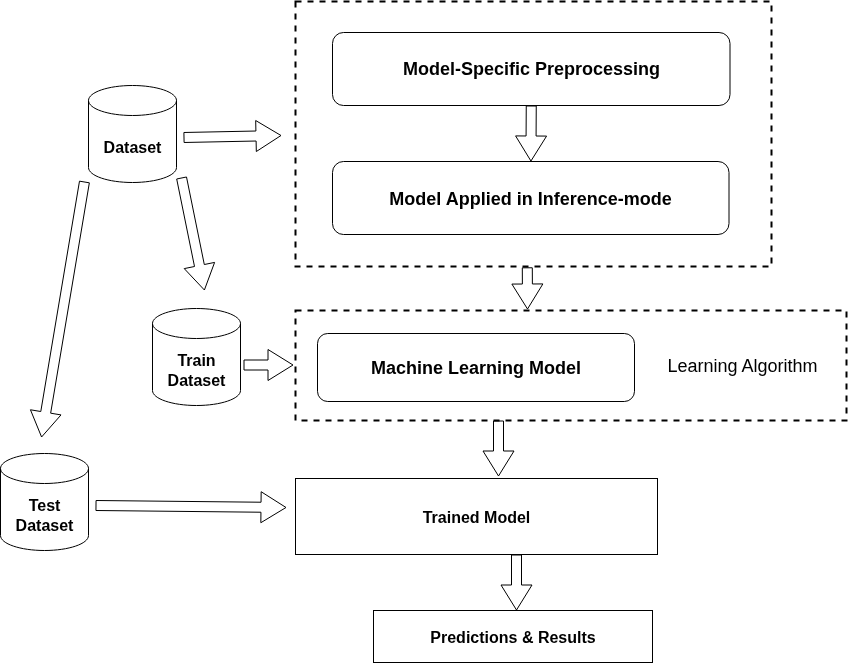
Above: files/DFS.drawio.png in abdelnour13/my_kaggle_notebooks (draw.io), before the change. Source tidied: cells renumbered, new cells last; positions are measured from the earlier drawing's top-left corner, leaving out a move shared by most shapes.
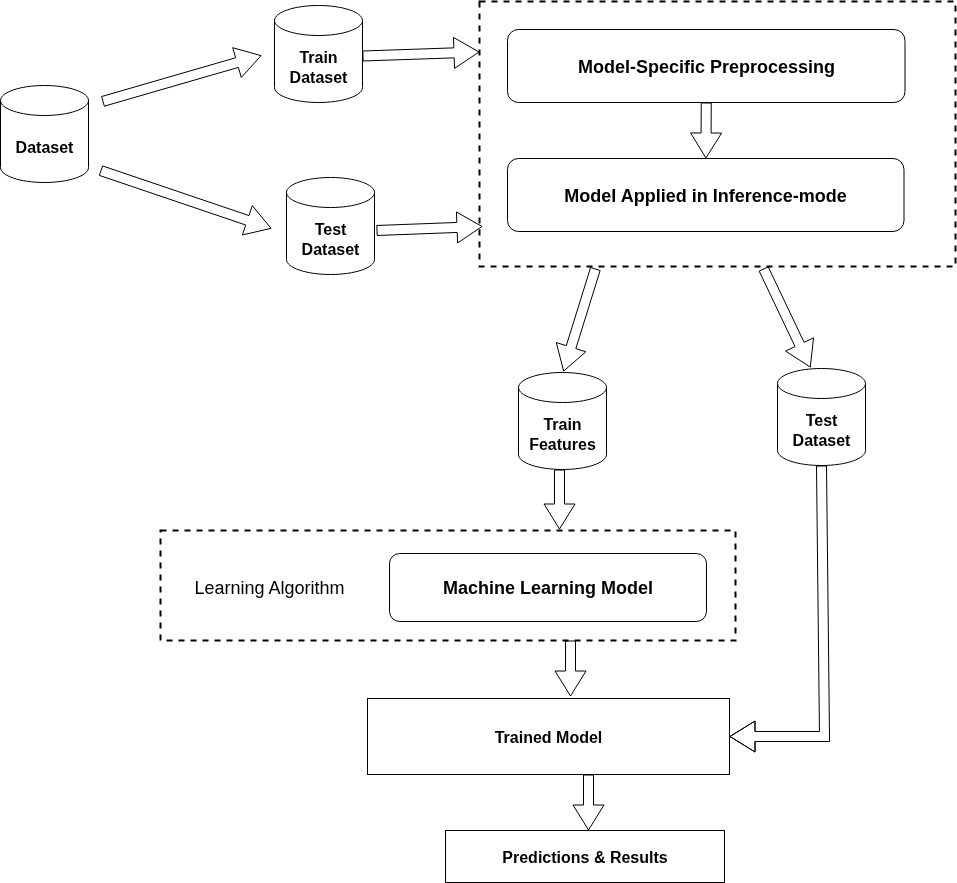
After the change.

What changed in the source:
```diff
@@ -3,90 +3,113 @@
     <mxCell id="0" />
     <mxCell id="1" parent="0" />
     <mxCell id="2" style="group;" parent="1" vertex="1">
-      <mxGeometry width="846" height="661" as="geometry" />
+      <mxGeometry width="955" height="881" as="geometry" />
     </mxCell>
     <mxCell id="3" value="&lt;b&gt;&lt;font style=&quot;font-size: 16px;&quot;&gt;Dataset&lt;/font&gt;&lt;/b&gt;" style="shape=cylinder3;whiteSpace=wrap;html=1;boundedLbl=1;backgroundOutline=1;size=15;" parent="2" vertex="1">
-      <mxGeometry x="88" y="84" width="88" height="97" as="geometry" />
+      <mxGeometry y="84" width="88" height="97" as="geometry" />
     </mxCell>
     <mxCell id="4" style="rounded=0;whiteSpace=wrap;html=1;strokeWidth=2;dashed=1;" parent="2" vertex="1">
-      <mxGeometry x="295" width="476" height="265" as="geometry" />
+      <mxGeometry x="160" y="529" width="575" height="110" as="geometry" />
     </mxCell>
-    <mxCell id="5" value="&lt;font style=&quot;font-size: 18px;&quot;&gt;&lt;b&gt;Model-Specific Preprocessing&lt;/b&gt;&lt;/font&gt;" style="rounded=1;whiteSpace=wrap;html=1;" parent="2" vertex="1">
-      <mxGeometry x="332" y="31" width="397.5" height="73" as="geometry" />
+    <mxCell id="5" value="&lt;span style=&quot;font-size: 18px;&quot;&gt;&lt;b&gt;Machine Learning Model&lt;/b&gt;&lt;/span&gt;" style="rounded=1;whiteSpace=wrap;html=1;" parent="2" vertex="1">
+      <mxGeometry x="389" y="552" width="317" height="68" as="geometry" />
     </mxCell>
-    <mxCell id="6" value="&lt;span style=&quot;font-size: 18px;&quot;&gt;&lt;b&gt;Model Applied in Inference-mode&lt;/b&gt;&lt;/span&gt;" style="rounded=1;whiteSpace=wrap;html=1;" parent="2" vertex="1">
-      <mxGeometry x="332" y="160" width="396.5" height="73" as="geometry" />
+    <mxCell id="6" value="&lt;b&gt;&lt;font style=&quot;font-size: 16px;&quot;&gt;Test Dataset&lt;/font&gt;&lt;/b&gt;" style="shape=cylinder3;whiteSpace=wrap;html=1;boundedLbl=1;backgroundOutline=1;size=15;" parent="2" vertex="1">
+      <mxGeometry x="286" y="176" width="88" height="97" as="geometry" />
     </mxCell>
-    <mxCell id="7" style="shape=flexArrow;endArrow=classic;html=1;rounded=0;fontSize=12;startSize=8;endSize=8;curved=1;" parent="2" edge="1">
-      <mxGeometry relative="1" as="geometry">
-        <mxPoint x="183" y="136" as="sourcePoint" />
-        <mxPoint x="281" y="134" as="targetPoint" />
-      </mxGeometry>
+    <mxCell id="7" value="&lt;b&gt;&lt;font style=&quot;font-size: 16px;&quot;&gt;Train Dataset&lt;/font&gt;&lt;/b&gt;" style="shape=cylinder3;whiteSpace=wrap;html=1;boundedLbl=1;backgroundOutline=1;size=15;" parent="2" vertex="1">
+      <mxGeometry x="274" y="4" width="88" height="97" as="geometry" />
     </mxCell>
-    <mxCell id="8" style="shape=flexArrow;endArrow=classic;html=1;rounded=0;fontSize=12;startSize=8;endSize=8;curved=1;exitX=0.5;exitY=1;exitDx=0;exitDy=0;" parent="2" edge="1" source="5" target="6">
-      <mxGeometry relative="1" as="geometry" />
+    <mxCell id="8" style="shape=flexArrow;endArrow=classic;html=1;rounded=0;fontSize=12;startSize=8;endSize=8;curved=1;" parent="2" edge="1">
+      <mxGeometry relative="1" as="geometry">
+        <mxPoint x="100" y="169" as="sourcePoint" />
+        <mxPoint x="271" y="227" as="targetPoint" />
+      </mxGeometry>
     </mxCell>
-    <mxCell id="9" style="rounded=0;whiteSpace=wrap;html=1;strokeWidth=2;dashed=1;" parent="2" vertex="1">
-      <mxGeometry x="295" y="309" width="551" height="110" as="geometry" />
+    <mxCell id="9" style="shape=flexArrow;endArrow=classic;html=1;rounded=0;fontSize=12;startSize=8;endSize=8;curved=1;" parent="2" edge="1">
+      <mxGeometry relative="1" as="geometry">
+        <mxPoint x="102" y="100" as="sourcePoint" />
+        <mxPoint x="261" y="54" as="targetPoint" />
+      </mxGeometry>
     </mxCell>
-    <mxCell id="10" value="&lt;span style=&quot;font-size: 18px;&quot;&gt;&lt;b&gt;Machine Learning Model&lt;/b&gt;&lt;/span&gt;" style="rounded=1;whiteSpace=wrap;html=1;" parent="2" vertex="1">
-      <mxGeometry x="317" y="332" width="317" height="68" as="geometry" />
+    <mxCell id="10" value="&lt;font style=&quot;font-size: 16px;&quot;&gt;&lt;b&gt;Trained Model&lt;/b&gt;&lt;/font&gt;" style="rounded=0;whiteSpace=wrap;html=1;" parent="2" vertex="1">
+      <mxGeometry x="367" y="697" width="362" height="76" as="geometry" />
     </mxCell>
-    <mxCell id="11" value="&lt;font style=&quot;font-size: 18px;&quot;&gt;Learning Algorithm&lt;/font&gt;" style="text;html=1;align=center;verticalAlign=middle;whiteSpace=wrap;rounded=0;" parent="2" vertex="1">
-      <mxGeometry x="658" y="343" width="168" height="42" as="geometry" />
+    <mxCell id="11" style="shape=flexArrow;endArrow=classic;html=1;rounded=0;fontSize=12;startSize=8;endSize=8;curved=1;exitX=0.487;exitY=1.003;exitDx=0;exitDy=0;exitPerimeter=0;" parent="2" edge="1">
+      <mxGeometry relative="1" as="geometry">
+        <mxPoint x="570" y="639" as="sourcePoint" />
+        <mxPoint x="570" y="695" as="targetPoint" />
+      </mxGeometry>
     </mxCell>
-    <mxCell id="12" style="shape=flexArrow;endArrow=classic;html=1;rounded=0;fontSize=12;startSize=8;endSize=8;curved=1;exitX=0.487;exitY=1.003;exitDx=0;exitDy=0;exitPerimeter=0;" parent="2" edge="1" source="4">
-      <mxGeometry relative="1" as="geometry">
-        <mxPoint x="527" y="308" as="targetPoint" />
-      </mxGeometry>
+    <mxCell id="12" value="&lt;font style=&quot;font-size: 16px;&quot;&gt;&lt;b&gt;Predictions &amp;amp; Results&lt;/b&gt;&lt;/font&gt;" style="rounded=0;whiteSpace=wrap;html=1;" parent="2" vertex="1">
+      <mxGeometry x="445" y="829" width="279" height="52" as="geometry" />
     </mxCell>
-    <mxCell id="13" value="&lt;b&gt;&lt;font style=&quot;font-size: 16px;&quot;&gt;Test Dataset&lt;/font&gt;&lt;/b&gt;" style="shape=cylinder3;whiteSpace=wrap;html=1;boundedLbl=1;backgroundOutline=1;size=15;" parent="2" vertex="1">
-      <mxGeometry y="452" width="88" height="97" as="geometry" />
+    <mxCell id="13" style="shape=flexArrow;endArrow=classic;html=1;rounded=0;fontSize=12;startSize=8;endSize=8;curved=1;exitX=0.487;exitY=1.003;exitDx=0;exitDy=0;exitPerimeter=0;" parent="2" edge="1">
+      <mxGeometry relative="1" as="geometry">
+        <mxPoint x="588" y="773" as="sourcePoint" />
+        <mxPoint x="588" y="829" as="targetPoint" />
+      </mxGeometry>
     </mxCell>
-    <mxCell id="14" value="&lt;b&gt;&lt;font style=&quot;font-size: 16px;&quot;&gt;Train Dataset&lt;/font&gt;&lt;/b&gt;" style="shape=cylinder3;whiteSpace=wrap;html=1;boundedLbl=1;backgroundOutline=1;size=15;" parent="2" vertex="1">
-      <mxGeometry x="152" y="307" width="88" height="97" as="geometry" />
+    <mxCell id="14" style="group;" parent="2" vertex="1">
+      <mxGeometry x="479" width="476" height="265" as="geometry" />
     </mxCell>
-    <mxCell id="15" style="shape=flexArrow;endArrow=classic;html=1;rounded=0;fontSize=12;startSize=8;endSize=8;curved=1;" parent="2" edge="1">
-      <mxGeometry relative="1" as="geometry">
-        <mxPoint x="84" y="180" as="sourcePoint" />
-        <mxPoint x="41" y="436" as="targetPoint" />
-      </mxGeometry>
+    <mxCell id="15" style="rounded=0;whiteSpace=wrap;html=1;strokeWidth=2;dashed=1;" parent="14" vertex="1">
+      <mxGeometry width="476" height="265" as="geometry" />
     </mxCell>
-    <mxCell id="16" style="shape=flexArrow;endArrow=classic;html=1;rounded=0;fontSize=12;startSize=8;endSize=8;curved=1;" parent="2" edge="1">
-      <mxGeometry relative="1" as="geometry">
-        <mxPoint x="181" y="176" as="sourcePoint" />
-        <mxPoint x="204" y="289" as="targetPoint" />
-      </mxGeometry>
+    <mxCell id="16" value="&lt;font style=&quot;font-size: 18px;&quot;&gt;&lt;b&gt;Model-Specific Preprocessing&lt;/b&gt;&lt;/font&gt;" style="rounded=1;whiteSpace=wrap;html=1;" parent="14" vertex="1">
+      <mxGeometry x="28" y="28" width="397.5" height="73" as="geometry" />
     </mxCell>
-    <mxCell id="17" style="shape=flexArrow;endArrow=classic;html=1;rounded=0;fontSize=12;startSize=8;endSize=8;curved=1;" parent="2" edge="1">
-      <mxGeometry relative="1" as="geometry">
-        <mxPoint x="243" y="363.5" as="sourcePoint" />
-        <mxPoint x="293" y="363.5" as="targetPoint" />
-      </mxGeometry>
+    <mxCell id="17" value="&lt;span style=&quot;font-size: 18px;&quot;&gt;&lt;b&gt;Model Applied in Inference-mode&lt;/b&gt;&lt;/span&gt;" style="rounded=1;whiteSpace=wrap;html=1;" parent="14" vertex="1">
+      <mxGeometry x="28" y="157" width="396.5" height="73" as="geometry" />
     </mxCell>
-    <mxCell id="18" value="&lt;font style=&quot;font-size: 16px;&quot;&gt;&lt;b&gt;Trained Model&lt;/b&gt;&lt;/font&gt;" style="rounded=0;whiteSpace=wrap;html=1;" parent="2" vertex="1">
-      <mxGeometry x="295" y="477" width="362" height="76" as="geometry" />
+    <mxCell id="18" style="shape=flexArrow;endArrow=classic;html=1;rounded=0;fontSize=12;startSize=8;endSize=8;curved=1;exitX=0.5;exitY=1;exitDx=0;exitDy=0;" parent="14" edge="1" source="16" target="17">
+      <mxGeometry relative="1" as="geometry" />
     </mxCell>
     <mxCell id="19" style="shape=flexArrow;endArrow=classic;html=1;rounded=0;fontSize=12;startSize=8;endSize=8;curved=1;" parent="2" edge="1">
       <mxGeometry relative="1" as="geometry">
-        <mxPoint x="95" y="504" as="sourcePoint" />
-        <mxPoint x="286" y="506" as="targetPoint" />
+        <mxPoint x="362" y="54.5" as="sourcePoint" />
+        <mxPoint x="479" y="50.5" as="targetPoint" />
       </mxGeometry>
     </mxCell>
-    <mxCell id="20" style="shape=flexArrow;endArrow=classic;html=1;rounded=0;fontSize=12;startSize=8;endSize=8;curved=1;exitX=0.487;exitY=1.003;exitDx=0;exitDy=0;exitPerimeter=0;" parent="2" edge="1">
+    <mxCell id="20" style="shape=flexArrow;endArrow=classic;html=1;rounded=0;fontSize=12;startSize=8;endSize=8;curved=1;" parent="2" edge="1">
       <mxGeometry relative="1" as="geometry">
-        <mxPoint x="498" y="419" as="sourcePoint" />
-        <mxPoint x="498" y="475" as="targetPoint" />
+        <mxPoint x="376" y="229" as="sourcePoint" />
+        <mxPoint x="482" y="225" as="targetPoint" />
       </mxGeometry>
     </mxCell>
-    <mxCell id="21" value="&lt;font style=&quot;font-size: 16px;&quot;&gt;&lt;b&gt;Predictions &amp;amp; Results&lt;/b&gt;&lt;/font&gt;" style="rounded=0;whiteSpace=wrap;html=1;" parent="2" vertex="1">
-      <mxGeometry x="373" y="609" width="279" height="52" as="geometry" />
+    <mxCell id="21" style="shape=flexArrow;endArrow=classic;html=1;rounded=0;fontSize=12;startSize=8;endSize=8;curved=1;" parent="2" edge="1">
+      <mxGeometry relative="1" as="geometry">
+        <mxPoint x="595" y="267" as="sourcePoint" />
+        <mxPoint x="563" y="370" as="targetPoint" />
+      </mxGeometry>
     </mxCell>
-    <mxCell id="22" style="shape=flexArrow;endArrow=classic;html=1;rounded=0;fontSize=12;startSize=8;endSize=8;curved=1;exitX=0.487;exitY=1.003;exitDx=0;exitDy=0;exitPerimeter=0;" parent="2" edge="1">
+    <mxCell id="22" style="shape=flexArrow;endArrow=classic;html=1;rounded=0;fontSize=12;startSize=8;endSize=8;curved=1;" parent="2" edge="1">
       <mxGeometry relative="1" as="geometry">
-        <mxPoint x="516" y="553" as="sourcePoint" />
-        <mxPoint x="516" y="609" as="targetPoint" />
+        <mxPoint x="763" y="267" as="sourcePoint" />
+        <mxPoint x="810" y="366" as="targetPoint" />
       </mxGeometry>
     </mxCell>
+    <mxCell id="23" value="&lt;b&gt;&lt;font style=&quot;font-size: 16px;&quot;&gt;Train Features&lt;/font&gt;&lt;/b&gt;" style="shape=cylinder3;whiteSpace=wrap;html=1;boundedLbl=1;backgroundOutline=1;size=15;" parent="2" vertex="1">
+      <mxGeometry x="518" y="371" width="88" height="97" as="geometry" />
+    </mxCell>
+    <mxCell id="24" value="&lt;b&gt;&lt;font style=&quot;font-size: 16px;&quot;&gt;Test Dataset&lt;/font&gt;&lt;/b&gt;" style="shape=cylinder3;whiteSpace=wrap;html=1;boundedLbl=1;backgroundOutline=1;size=15;" parent="2" vertex="1">
+      <mxGeometry x="777" y="367" width="88" height="97" as="geometry" />
+    </mxCell>
+    <mxCell id="25" style="shape=flexArrow;endArrow=classic;html=1;rounded=0;fontSize=12;startSize=8;endSize=8;curved=1;" parent="2" edge="1">
+      <mxGeometry relative="1" as="geometry">
+        <mxPoint x="559" y="468" as="sourcePoint" />
+        <mxPoint x="559" y="528" as="targetPoint" />
+      </mxGeometry>
+    </mxCell>
+    <mxCell id="26" value="&lt;font style=&quot;font-size: 18px;&quot;&gt;Learning Algorithm&lt;/font&gt;" style="text;html=1;align=center;verticalAlign=middle;whiteSpace=wrap;rounded=0;" parent="2" vertex="1">
+      <mxGeometry x="185" y="565" width="168" height="42" as="geometry" />
+    </mxCell>
+    <mxCell id="27" style="shape=flexArrow;endArrow=classic;html=1;rounded=0;fontSize=12;startSize=8;endSize=8;curved=1;entryX=1;entryY=0.5;entryDx=0;entryDy=0;exitX=0.5;exitY=1;exitDx=0;exitDy=0;exitPerimeter=0;" parent="2" edge="1" source="24" target="10">
+      <mxGeometry relative="1" as="geometry">
+        <Array as="points">
+          <mxPoint x="824" y="735" />
+        </Array>
+      </mxGeometry>
+    </mxCell>
   </root>
 </mxGraphModel>
```
